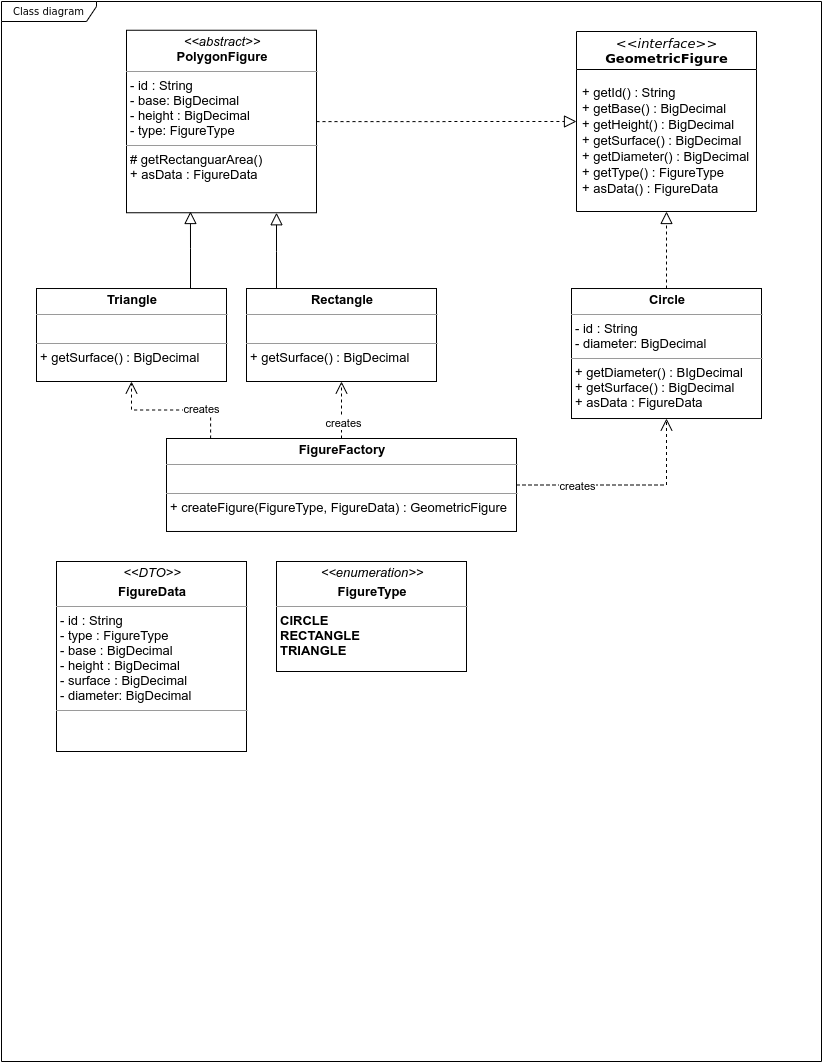
Above: docs/Diagrama_UML.png in avenzano/figures (draw.io), before the change. Source tidied: cells renumbered, new cells last; positions are measured from the earlier drawing's top-left corner, leaving out a move shared by most shapes. Source of this version:
```xml
<mxGraphModel background="#ffffff">
  <root>
    <mxCell id="0" />
    <mxCell id="1" parent="0" />
    <mxCell id="2" value="Class diagram" style="shape=umlFrame;whiteSpace=wrap;html=1;rounded=0;shadow=0;comic=0;labelBackgroundColor=none;strokeWidth=1;fontFamily=Verdana;fontSize=10;align=center;width=95;height=20;" parent="1" vertex="1">
      <mxGeometry width="820" height="1060" as="geometry" />
    </mxCell>
    <mxCell id="3" style="edgeStyle=orthogonalEdgeStyle;rounded=0;html=1;dashed=1;labelBackgroundColor=none;startFill=0;endArrow=open;endFill=0;endSize=10;fontFamily=Verdana;fontSize=10;exitX=1;exitY=0.5;exitDx=0;exitDy=0;entryX=0.5;entryY=1;entryDx=0;entryDy=0;" parent="1" edge="1" source="15" target="10">
      <mxGeometry relative="1" as="geometry">
        <Array as="points">
          <mxPoint x="665" y="484" />
        </Array>
      </mxGeometry>
    </mxCell>
    <mxCell id="4" value="creates" style="edgeLabel;html=1;align=center;verticalAlign=middle;fontFamily=Helvetica;" parent="3" vertex="1">
      <mxGeometry x="-0.44" y="-1" relative="1" as="geometry" />
    </mxCell>
    <mxCell id="5" value="&lt;font style=&quot;font-size: 13px&quot;&gt;&lt;i&gt;&amp;lt;&amp;lt;interface&amp;gt;&amp;gt;&lt;/i&gt;&lt;br&gt;&lt;b&gt;GeometricFigure&lt;/b&gt;&lt;/font&gt;" style="swimlane;html=1;fontStyle=0;horizontal=1;startSize=38;fillColor=none;swimlaneFillColor=#ffffff;rounded=0;shadow=0;comic=0;labelBackgroundColor=none;strokeWidth=1;fontFamily=Verdana;fontSize=10;align=center;" parent="1" vertex="1">
      <mxGeometry x="575" y="30" width="180" height="180" as="geometry" />
    </mxCell>
    <mxCell id="6" value="&lt;p style=&quot;line-height: 130% ; font-size: 13px&quot;&gt;&lt;font style=&quot;font-size: 13px&quot;&gt;+ getId() : String&lt;br&gt;+ getBase() : BigDecimal&lt;br&gt;+ getHeight() : BigDecimal&amp;nbsp; &amp;nbsp; + getSurface() : BigDecimal&lt;br&gt;+ getDiameter() : BigDecimal&lt;br&gt;+ getType() : FigureTyp&lt;span&gt;e&amp;nbsp; &amp;nbsp; &amp;nbsp; &amp;nbsp; + asData() : FigureData&lt;/span&gt;&lt;/font&gt;&lt;/p&gt;" style="text;html=1;strokeColor=none;fillColor=none;align=left;verticalAlign=middle;spacingLeft=4;spacingRight=4;whiteSpace=wrap;overflow=hidden;labelPosition=center;verticalLabelPosition=middle;horizontal=1;" parent="5" vertex="1">
      <mxGeometry y="38" width="180" height="142" as="geometry" />
    </mxCell>
    <mxCell id="7" style="edgeStyle=orthogonalEdgeStyle;rounded=0;html=1;labelBackgroundColor=none;startFill=0;endArrow=block;endFill=0;endSize=10;fontFamily=Verdana;fontSize=10;dashed=1;" parent="1" edge="1" source="8" target="5">
      <mxGeometry relative="1" as="geometry" />
    </mxCell>
    <mxCell id="8" value="&lt;p style=&quot;margin: 4px 0px 0px ; text-align: center ; font-size: 13px&quot;&gt;&lt;font style=&quot;font-size: 13px&quot;&gt;&lt;i&gt;&amp;lt;&amp;lt;abstract&amp;gt;&amp;gt;&lt;/i&gt;&lt;br&gt;&lt;b&gt;PolygonFigure&lt;/b&gt;&lt;/font&gt;&lt;/p&gt;&lt;hr size=&quot;1&quot; style=&quot;font-size: 13px&quot;&gt;&lt;p style=&quot;margin: 0px 0px 0px 4px ; font-size: 13px&quot;&gt;&lt;font style=&quot;font-size: 13px&quot;&gt;- id : String&lt;/font&gt;&lt;/p&gt;&lt;p style=&quot;margin: 0px 0px 0px 4px ; font-size: 13px&quot;&gt;&lt;font style=&quot;font-size: 13px&quot;&gt;- base: BigDecimal&lt;/font&gt;&lt;/p&gt;&lt;p style=&quot;margin: 0px 0px 0px 4px ; font-size: 13px&quot;&gt;&lt;font style=&quot;font-size: 13px&quot;&gt;- height : BigDecimal&lt;br&gt;- type: FigureType&lt;/font&gt;&lt;/p&gt;&lt;hr size=&quot;1&quot; style=&quot;font-size: 13px&quot;&gt;&lt;p style=&quot;margin: 0px 0px 0px 4px ; font-size: 13px&quot;&gt;&lt;font style=&quot;font-size: 13px&quot;&gt;# getRectanguarArea()&lt;br&gt;+ asData : FigureData&lt;/font&gt;&lt;/p&gt;" style="verticalAlign=top;align=left;overflow=fill;fontSize=12;fontFamily=Helvetica;html=1;rounded=0;shadow=0;comic=0;labelBackgroundColor=none;strokeWidth=1;" parent="1" vertex="1">
      <mxGeometry x="125" y="28.8" width="190" height="182.5" as="geometry" />
    </mxCell>
    <mxCell id="9" style="edgeStyle=orthogonalEdgeStyle;rounded=0;html=1;labelBackgroundColor=none;startFill=0;endArrow=block;endFill=0;endSize=10;fontFamily=Verdana;fontSize=10;dashed=1;" parent="1" edge="1" source="10" target="5">
      <mxGeometry relative="1" as="geometry" />
    </mxCell>
    <mxCell id="10" value="&lt;p style=&quot;margin: 4px 0px 0px ; text-align: center ; font-size: 13px&quot;&gt;&lt;font style=&quot;font-size: 13px&quot;&gt;&lt;b&gt;Circle&lt;/b&gt;&lt;/font&gt;&lt;/p&gt;&lt;hr size=&quot;1&quot; style=&quot;font-size: 13px&quot;&gt;&lt;p style=&quot;margin: 0px 0px 0px 4px ; font-size: 13px&quot;&gt;&lt;font style=&quot;font-size: 13px&quot;&gt;- id : String&lt;/font&gt;&lt;/p&gt;&lt;p style=&quot;margin: 0px 0px 0px 4px ; font-size: 13px&quot;&gt;&lt;font style=&quot;font-size: 13px&quot;&gt;- diameter: BigDecimal&lt;/font&gt;&lt;/p&gt;&lt;hr size=&quot;1&quot; style=&quot;font-size: 13px&quot;&gt;&lt;p style=&quot;margin: 0px 0px 0px 4px ; font-size: 13px&quot;&gt;&lt;font style=&quot;font-size: 13px&quot;&gt;+ getDiameter() : BIgDecimal&lt;/font&gt;&lt;/p&gt;&lt;p style=&quot;margin: 0px 0px 0px 4px ; font-size: 13px&quot;&gt;&lt;font style=&quot;font-size: 13px&quot;&gt;+ getSurface() : BigDecimal&lt;br&gt;+ asData : FigureData&lt;/font&gt;&lt;/p&gt;" style="verticalAlign=top;align=left;overflow=fill;fontSize=12;fontFamily=Helvetica;html=1;rounded=0;shadow=0;comic=0;labelBackgroundColor=none;strokeWidth=1;" parent="1" vertex="1">
      <mxGeometry x="570" y="287" width="190" height="130" as="geometry" />
    </mxCell>
    <mxCell id="11" style="edgeStyle=orthogonalEdgeStyle;rounded=0;html=1;labelBackgroundColor=none;startFill=0;endArrow=block;endFill=0;endSize=10;fontFamily=Verdana;fontSize=10;entryX=0.522;entryY=1.021;entryDx=0;entryDy=0;entryPerimeter=0;" parent="1" edge="1" source="12">
      <mxGeometry relative="1" as="geometry">
        <mxPoint x="189" y="210" as="targetPoint" />
        <Array as="points">
          <mxPoint x="189" y="247" />
          <mxPoint x="189" y="247" />
        </Array>
      </mxGeometry>
    </mxCell>
    <mxCell id="12" value="&lt;p style=&quot;margin: 4px 0px 0px ; text-align: center ; font-size: 13px&quot;&gt;&lt;font style=&quot;font-size: 13px&quot;&gt;&lt;b&gt;Triangle&lt;/b&gt;&lt;/font&gt;&lt;/p&gt;&lt;hr size=&quot;1&quot; style=&quot;font-size: 13px&quot;&gt;&lt;p style=&quot;margin: 0px 0px 0px 4px ; font-size: 13px&quot;&gt;&lt;br&gt;&lt;/p&gt;&lt;hr size=&quot;1&quot; style=&quot;font-size: 13px&quot;&gt;&lt;p style=&quot;margin: 0px 0px 0px 4px ; font-size: 13px&quot;&gt;&lt;span&gt;+ getSurface() : BigDecimal&lt;/span&gt;&lt;br&gt;&lt;/p&gt;&lt;p style=&quot;margin: 0px 0px 0px 4px ; font-size: 13px&quot;&gt;&lt;br&gt;&lt;/p&gt;" style="verticalAlign=top;align=left;overflow=fill;fontSize=12;fontFamily=Helvetica;html=1;rounded=0;shadow=0;comic=0;labelBackgroundColor=none;strokeWidth=1;" parent="1" vertex="1">
      <mxGeometry x="35" y="287" width="190" height="93" as="geometry" />
    </mxCell>
    <mxCell id="13" style="edgeStyle=orthogonalEdgeStyle;rounded=0;html=1;labelBackgroundColor=none;startFill=0;endArrow=block;endFill=0;endSize=10;fontFamily=Verdana;fontSize=10;" parent="1" edge="1" source="14" target="8">
      <mxGeometry relative="1" as="geometry">
        <Array as="points">
          <mxPoint x="275" y="250" />
          <mxPoint x="275" y="250" />
        </Array>
      </mxGeometry>
    </mxCell>
    <mxCell id="14" value="&lt;p style=&quot;margin: 4px 0px 0px ; text-align: center ; font-size: 13px&quot;&gt;&lt;font style=&quot;font-size: 13px&quot;&gt;&lt;b&gt;Rectangle&lt;/b&gt;&lt;/font&gt;&lt;/p&gt;&lt;hr size=&quot;1&quot; style=&quot;font-size: 13px&quot;&gt;&lt;p style=&quot;margin: 0px 0px 0px 4px ; font-size: 13px&quot;&gt;&lt;br&gt;&lt;/p&gt;&lt;hr size=&quot;1&quot; style=&quot;font-size: 13px&quot;&gt;&lt;p style=&quot;margin: 0px 0px 0px 4px ; font-size: 13px&quot;&gt;&lt;span&gt;+ getSurface() : BigDecimal&lt;/span&gt;&lt;/p&gt;" style="verticalAlign=top;align=left;overflow=fill;fontSize=12;fontFamily=Helvetica;html=1;rounded=0;shadow=0;comic=0;labelBackgroundColor=none;strokeWidth=1;" parent="1" vertex="1">
      <mxGeometry x="245" y="287" width="190" height="93" as="geometry" />
    </mxCell>
    <mxCell id="15" value="&lt;p style=&quot;margin: 4px 0px 0px ; text-align: center ; font-size: 13px&quot;&gt;&lt;font style=&quot;font-size: 13px&quot;&gt;&lt;b&gt;FigureFactory&lt;/b&gt;&lt;/font&gt;&lt;/p&gt;&lt;hr size=&quot;1&quot; style=&quot;font-size: 13px&quot;&gt;&lt;p style=&quot;margin: 0px 0px 0px 4px ; font-size: 13px&quot;&gt;&lt;br&gt;&lt;/p&gt;&lt;hr size=&quot;1&quot; style=&quot;font-size: 13px&quot;&gt;&lt;p style=&quot;margin: 0px 0px 0px 4px ; font-size: 13px&quot;&gt;&lt;span&gt;+ createFigure(FigureType, FigureData) : GeometricFigure&lt;/span&gt;&lt;br&gt;&lt;/p&gt;&lt;p style=&quot;margin: 0px 0px 0px 4px ; font-size: 13px&quot;&gt;&lt;br&gt;&lt;/p&gt;" style="verticalAlign=top;align=left;overflow=fill;fontSize=12;fontFamily=Helvetica;html=1;rounded=0;shadow=0;comic=0;labelBackgroundColor=none;strokeWidth=1;" parent="1" vertex="1">
      <mxGeometry x="165" y="437" width="350" height="93" as="geometry" />
    </mxCell>
    <mxCell id="16" style="edgeStyle=orthogonalEdgeStyle;rounded=0;html=1;dashed=1;labelBackgroundColor=none;startFill=0;endArrow=open;endFill=0;endSize=10;fontFamily=Verdana;fontSize=10;exitX=0.5;exitY=0;exitDx=0;exitDy=0;entryX=0.5;entryY=1;entryDx=0;entryDy=0;" parent="1" edge="1" source="15" target="14">
      <mxGeometry relative="1" as="geometry">
        <Array as="points">
          <mxPoint x="340" y="420" />
          <mxPoint x="340" y="420" />
        </Array>
      </mxGeometry>
    </mxCell>
    <mxCell id="17" value="creates" style="edgeLabel;html=1;align=center;verticalAlign=middle;fontFamily=Helvetica;" parent="16" vertex="1">
      <mxGeometry x="-0.44" y="-1" relative="1" as="geometry" />
    </mxCell>
    <mxCell id="18" style="edgeStyle=orthogonalEdgeStyle;rounded=0;html=1;dashed=1;labelBackgroundColor=none;startFill=0;endArrow=open;endFill=0;endSize=10;fontFamily=Verdana;fontSize=10;exitX=0.126;exitY=0;exitDx=0;exitDy=0;exitPerimeter=0;" parent="1" edge="1" source="15" target="12">
      <mxGeometry relative="1" as="geometry" />
    </mxCell>
    <mxCell id="19" value="creates" style="edgeLabel;html=1;align=center;verticalAlign=middle;fontFamily=Helvetica;" parent="18" vertex="1">
      <mxGeometry x="-0.44" y="-1" relative="1" as="geometry" />
    </mxCell>
    <mxCell id="20" value="&lt;p style=&quot;margin: 4px 0px 0px ; text-align: center ; font-size: 13px&quot;&gt;&lt;font style=&quot;font-size: 13px&quot;&gt;&lt;i&gt;&amp;lt;&amp;lt;DTO&amp;gt;&amp;gt;&lt;/i&gt;&lt;/font&gt;&lt;/p&gt;&lt;p style=&quot;margin: 4px 0px 0px ; text-align: center ; font-size: 13px&quot;&gt;&lt;font style=&quot;font-size: 13px&quot;&gt;&lt;b&gt;FigureData&lt;/b&gt;&lt;/font&gt;&lt;/p&gt;&lt;hr size=&quot;1&quot; style=&quot;font-size: 13px&quot;&gt;&lt;p style=&quot;margin: 0px 0px 0px 4px ; font-size: 13px&quot;&gt;&lt;font style=&quot;font-size: 13px&quot;&gt;- id : String&lt;/font&gt;&lt;/p&gt;&lt;p style=&quot;margin: 0px 0px 0px 4px ; font-size: 13px&quot;&gt;&lt;font style=&quot;font-size: 13px&quot;&gt;- type : FigureType&lt;/font&gt;&lt;/p&gt;&lt;p style=&quot;margin: 0px 0px 0px 4px ; font-size: 13px&quot;&gt;&lt;font style=&quot;font-size: 13px&quot;&gt;- base : BigDecimal&lt;/font&gt;&lt;/p&gt;&lt;p style=&quot;margin: 0px 0px 0px 4px ; font-size: 13px&quot;&gt;&lt;font style=&quot;font-size: 13px&quot;&gt;- height : BigDecimal&lt;/font&gt;&lt;/p&gt;&lt;p style=&quot;margin: 0px 0px 0px 4px ; font-size: 13px&quot;&gt;&lt;font style=&quot;font-size: 13px&quot;&gt;- surface : BigDecimal&lt;/font&gt;&lt;/p&gt;&lt;p style=&quot;margin: 0px 0px 0px 4px ; font-size: 13px&quot;&gt;&lt;font style=&quot;font-size: 13px&quot;&gt;- diameter: BigDecimal&lt;/font&gt;&lt;/p&gt;&lt;hr size=&quot;1&quot; style=&quot;font-size: 13px&quot;&gt;&lt;p style=&quot;margin: 0px 0px 0px 4px ; font-size: 13px&quot;&gt;&lt;br&gt;&lt;/p&gt;" style="verticalAlign=top;align=left;overflow=fill;fontSize=12;fontFamily=Helvetica;html=1;rounded=0;shadow=0;comic=0;labelBackgroundColor=none;strokeWidth=1;" parent="1" vertex="1">
      <mxGeometry x="55" y="560" width="190" height="190" as="geometry" />
    </mxCell>
    <mxCell id="21" value="&lt;p style=&quot;margin: 4px 0px 0px ; text-align: center ; font-size: 13px&quot;&gt;&lt;font style=&quot;font-size: 13px&quot;&gt;&lt;i&gt;&amp;lt;&amp;lt;enumeration&amp;gt;&amp;gt;&lt;/i&gt;&lt;/font&gt;&lt;/p&gt;&lt;p style=&quot;margin: 4px 0px 0px ; text-align: center ; font-size: 13px&quot;&gt;&lt;font style=&quot;font-size: 13px&quot;&gt;&lt;b&gt;FigureType&lt;/b&gt;&lt;/font&gt;&lt;/p&gt;&lt;hr size=&quot;1&quot; style=&quot;font-size: 13px&quot;&gt;&lt;p style=&quot;margin: 0px 0px 0px 4px ; font-size: 13px&quot;&gt;&lt;/p&gt;&lt;p style=&quot;margin: 0px 0px 0px 4px ; font-size: 13px&quot;&gt;&lt;b&gt;CIRCLE&lt;/b&gt;&lt;/p&gt;&lt;p style=&quot;margin: 0px 0px 0px 4px ; font-size: 13px&quot;&gt;&lt;b&gt;RECTANGLE&lt;/b&gt;&lt;/p&gt;&lt;p style=&quot;margin: 0px 0px 0px 4px ; font-size: 13px&quot;&gt;&lt;b&gt;TRIANGLE&lt;/b&gt;&lt;/p&gt;" style="verticalAlign=top;align=left;overflow=fill;fontSize=12;fontFamily=Helvetica;html=1;rounded=0;shadow=0;comic=0;labelBackgroundColor=none;strokeWidth=1;" parent="1" vertex="1">
      <mxGeometry x="275" y="560" width="190" height="110" as="geometry" />
    </mxCell>
  </root>
</mxGraphModel>
```
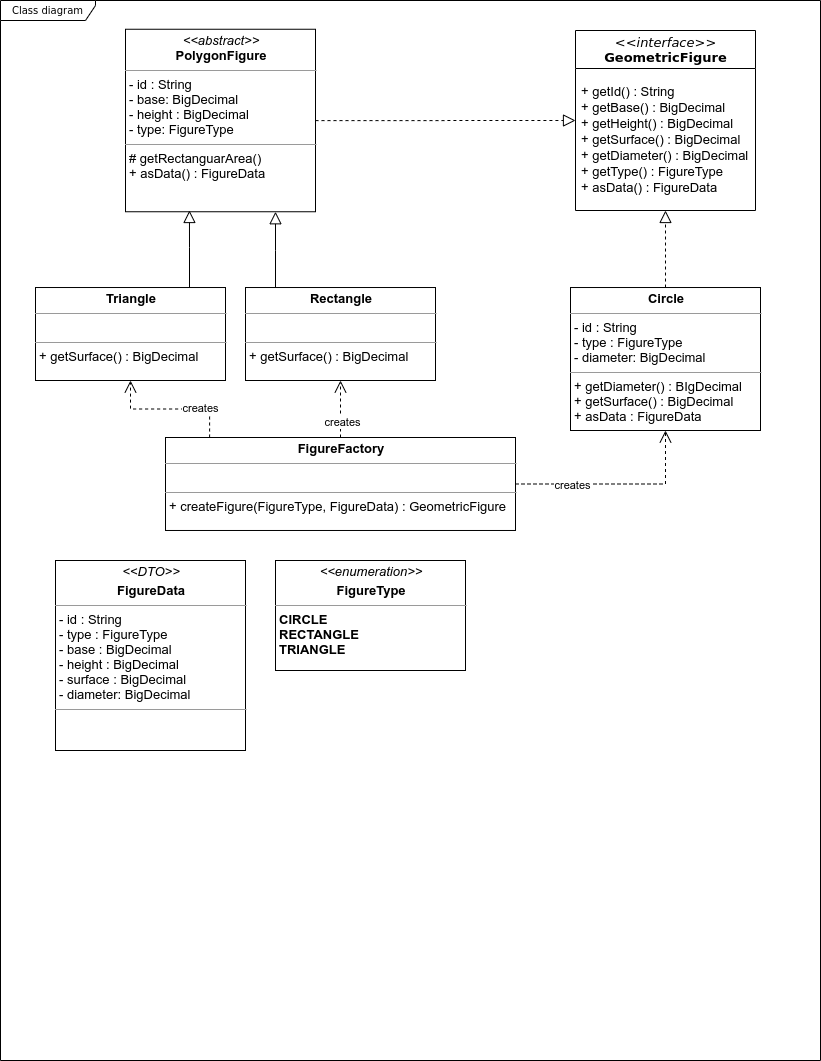
The same file after the commit.

Commit message:
Cambios diagrama UML

Diff of the diagram source:
```diff
@@ -24,14 +24,14 @@
     <mxCell id="7" style="edgeStyle=orthogonalEdgeStyle;rounded=0;html=1;labelBackgroundColor=none;startFill=0;endArrow=block;endFill=0;endSize=10;fontFamily=Verdana;fontSize=10;dashed=1;" parent="1" edge="1" source="8" target="5">
       <mxGeometry relative="1" as="geometry" />
     </mxCell>
-    <mxCell id="8" value="&lt;p style=&quot;margin: 4px 0px 0px ; text-align: center ; font-size: 13px&quot;&gt;&lt;font style=&quot;font-size: 13px&quot;&gt;&lt;i&gt;&amp;lt;&amp;lt;abstract&amp;gt;&amp;gt;&lt;/i&gt;&lt;br&gt;&lt;b&gt;PolygonFigure&lt;/b&gt;&lt;/font&gt;&lt;/p&gt;&lt;hr size=&quot;1&quot; style=&quot;font-size: 13px&quot;&gt;&lt;p style=&quot;margin: 0px 0px 0px 4px ; font-size: 13px&quot;&gt;&lt;font style=&quot;font-size: 13px&quot;&gt;- id : String&lt;/font&gt;&lt;/p&gt;&lt;p style=&quot;margin: 0px 0px 0px 4px ; font-size: 13px&quot;&gt;&lt;font style=&quot;font-size: 13px&quot;&gt;- base: BigDecimal&lt;/font&gt;&lt;/p&gt;&lt;p style=&quot;margin: 0px 0px 0px 4px ; font-size: 13px&quot;&gt;&lt;font style=&quot;font-size: 13px&quot;&gt;- height : BigDecimal&lt;br&gt;- type: FigureType&lt;/font&gt;&lt;/p&gt;&lt;hr size=&quot;1&quot; style=&quot;font-size: 13px&quot;&gt;&lt;p style=&quot;margin: 0px 0px 0px 4px ; font-size: 13px&quot;&gt;&lt;font style=&quot;font-size: 13px&quot;&gt;# getRectanguarArea()&lt;br&gt;+ asData : FigureData&lt;/font&gt;&lt;/p&gt;" style="verticalAlign=top;align=left;overflow=fill;fontSize=12;fontFamily=Helvetica;html=1;rounded=0;shadow=0;comic=0;labelBackgroundColor=none;strokeWidth=1;" parent="1" vertex="1">
+    <mxCell id="8" value="&lt;p style=&quot;margin: 4px 0px 0px ; text-align: center ; font-size: 13px&quot;&gt;&lt;font style=&quot;font-size: 13px&quot;&gt;&lt;i&gt;&amp;lt;&amp;lt;abstract&amp;gt;&amp;gt;&lt;/i&gt;&lt;br&gt;&lt;b&gt;PolygonFigure&lt;/b&gt;&lt;/font&gt;&lt;/p&gt;&lt;hr size=&quot;1&quot; style=&quot;font-size: 13px&quot;&gt;&lt;p style=&quot;margin: 0px 0px 0px 4px ; font-size: 13px&quot;&gt;&lt;font style=&quot;font-size: 13px&quot;&gt;- id : String&lt;/font&gt;&lt;/p&gt;&lt;p style=&quot;margin: 0px 0px 0px 4px ; font-size: 13px&quot;&gt;&lt;font style=&quot;font-size: 13px&quot;&gt;- base: BigDecimal&lt;/font&gt;&lt;/p&gt;&lt;p style=&quot;margin: 0px 0px 0px 4px ; font-size: 13px&quot;&gt;&lt;font style=&quot;font-size: 13px&quot;&gt;- height : BigDecimal&lt;br&gt;- type: FigureType&lt;/font&gt;&lt;/p&gt;&lt;hr size=&quot;1&quot; style=&quot;font-size: 13px&quot;&gt;&lt;p style=&quot;margin: 0px 0px 0px 4px ; font-size: 13px&quot;&gt;&lt;font style=&quot;font-size: 13px&quot;&gt;# getRectanguarArea()&lt;br&gt;+ asData() : FigureData&lt;/font&gt;&lt;/p&gt;" style="verticalAlign=top;align=left;overflow=fill;fontSize=12;fontFamily=Helvetica;html=1;rounded=0;shadow=0;comic=0;labelBackgroundColor=none;strokeWidth=1;" parent="1" vertex="1">
       <mxGeometry x="125" y="28.8" width="190" height="182.5" as="geometry" />
     </mxCell>
     <mxCell id="9" style="edgeStyle=orthogonalEdgeStyle;rounded=0;html=1;labelBackgroundColor=none;startFill=0;endArrow=block;endFill=0;endSize=10;fontFamily=Verdana;fontSize=10;dashed=1;" parent="1" edge="1" source="10" target="5">
       <mxGeometry relative="1" as="geometry" />
     </mxCell>
-    <mxCell id="10" value="&lt;p style=&quot;margin: 4px 0px 0px ; text-align: center ; font-size: 13px&quot;&gt;&lt;font style=&quot;font-size: 13px&quot;&gt;&lt;b&gt;Circle&lt;/b&gt;&lt;/font&gt;&lt;/p&gt;&lt;hr size=&quot;1&quot; style=&quot;font-size: 13px&quot;&gt;&lt;p style=&quot;margin: 0px 0px 0px 4px ; font-size: 13px&quot;&gt;&lt;font style=&quot;font-size: 13px&quot;&gt;- id : String&lt;/font&gt;&lt;/p&gt;&lt;p style=&quot;margin: 0px 0px 0px 4px ; font-size: 13px&quot;&gt;&lt;font style=&quot;font-size: 13px&quot;&gt;- diameter: BigDecimal&lt;/font&gt;&lt;/p&gt;&lt;hr size=&quot;1&quot; style=&quot;font-size: 13px&quot;&gt;&lt;p style=&quot;margin: 0px 0px 0px 4px ; font-size: 13px&quot;&gt;&lt;font style=&quot;font-size: 13px&quot;&gt;+ getDiameter() : BIgDecimal&lt;/font&gt;&lt;/p&gt;&lt;p style=&quot;margin: 0px 0px 0px 4px ; font-size: 13px&quot;&gt;&lt;font style=&quot;font-size: 13px&quot;&gt;+ getSurface() : BigDecimal&lt;br&gt;+ asData : FigureData&lt;/font&gt;&lt;/p&gt;" style="verticalAlign=top;align=left;overflow=fill;fontSize=12;fontFamily=Helvetica;html=1;rounded=0;shadow=0;comic=0;labelBackgroundColor=none;strokeWidth=1;" parent="1" vertex="1">
-      <mxGeometry x="570" y="287" width="190" height="130" as="geometry" />
+    <mxCell id="10" value="&lt;p style=&quot;margin: 4px 0px 0px ; text-align: center ; font-size: 13px&quot;&gt;&lt;font style=&quot;font-size: 13px&quot;&gt;&lt;b&gt;Circle&lt;/b&gt;&lt;/font&gt;&lt;/p&gt;&lt;hr size=&quot;1&quot; style=&quot;font-size: 13px&quot;&gt;&lt;p style=&quot;margin: 0px 0px 0px 4px ; font-size: 13px&quot;&gt;&lt;font style=&quot;font-size: 13px&quot;&gt;- id : String&lt;/font&gt;&lt;/p&gt;&lt;p style=&quot;margin: 0px 0px 0px 4px ; font-size: 13px&quot;&gt;&lt;font style=&quot;font-size: 13px&quot;&gt;- type : FigureType&lt;/font&gt;&lt;/p&gt;&lt;p style=&quot;margin: 0px 0px 0px 4px ; font-size: 13px&quot;&gt;&lt;font style=&quot;font-size: 13px&quot;&gt;- diameter: BigDecimal&lt;/font&gt;&lt;/p&gt;&lt;hr size=&quot;1&quot; style=&quot;font-size: 13px&quot;&gt;&lt;p style=&quot;margin: 0px 0px 0px 4px ; font-size: 13px&quot;&gt;&lt;font style=&quot;font-size: 13px&quot;&gt;+ getDiameter() : BIgDecimal&lt;/font&gt;&lt;/p&gt;&lt;p style=&quot;margin: 0px 0px 0px 4px ; font-size: 13px&quot;&gt;&lt;font style=&quot;font-size: 13px&quot;&gt;+ getSurface() : BigDecimal&lt;br&gt;+ asData : FigureData&lt;/font&gt;&lt;/p&gt;" style="verticalAlign=top;align=left;overflow=fill;fontSize=12;fontFamily=Helvetica;html=1;rounded=0;shadow=0;comic=0;labelBackgroundColor=none;strokeWidth=1;" parent="1" vertex="1">
+      <mxGeometry x="570" y="287" width="190" height="143" as="geometry" />
     </mxCell>
     <mxCell id="11" style="edgeStyle=orthogonalEdgeStyle;rounded=0;html=1;labelBackgroundColor=none;startFill=0;endArrow=block;endFill=0;endSize=10;fontFamily=Verdana;fontSize=10;entryX=0.522;entryY=1.021;entryDx=0;entryDy=0;entryPerimeter=0;" parent="1" edge="1" source="12">
       <mxGeometry relative="1" as="geometry">
```
